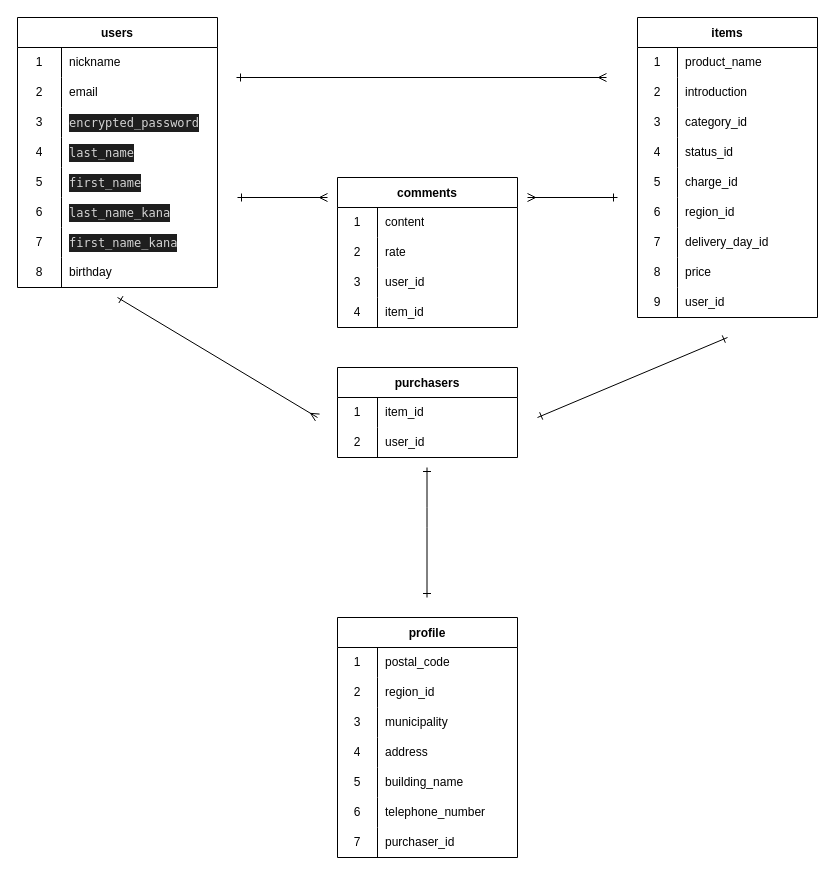
This is furima.dio from sawasawashu/furima-38849, a draw.io file, before an edit. Source tidied: cells renumbered, new cells numbered last; positions are measured from the earlier drawing's top-left corner, leaving out a move shared by most shapes. Both pictures are drawn from the tidied source at 100%, with x=0, y=0 at pixel (17, 17).
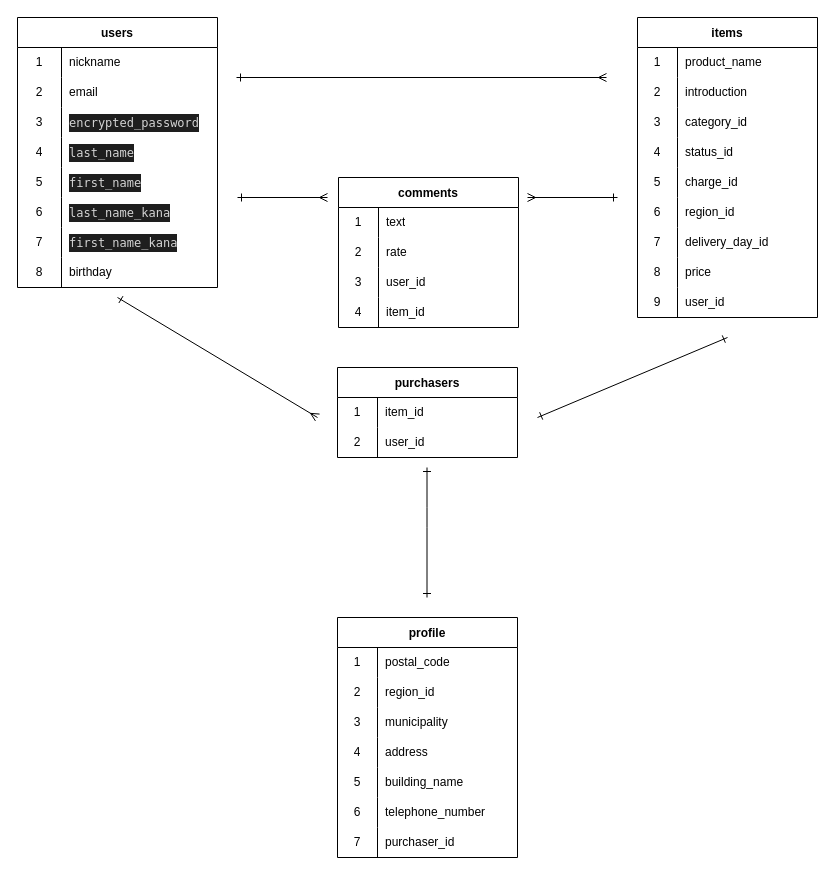
After the change.

The change refers to these unchanged cells:
```xml
<mxCell id="91" style="shape=tableRow;horizontal=0;startSize=0;swimlaneHead=0;swimlaneBody=0;top=0;left=0;bottom=0;right=0;fillColor=none;" parent="90" vertex="1">
  <mxGeometry y="30" width="180" height="30" as="geometry" />
</mxCell>
```

Diff of the diagram source:
```diff
@@
     <mxCell id="90" value="comments" style="shape=table;startSize=30;childLayout=tableLayout;rowLines=0;fontStyle=1;" parent="1" vertex="1">
-      <mxGeometry x="320" y="160" width="180" height="150" as="geometry" />
+      <mxGeometry x="321" y="160" width="180" height="150" as="geometry" />
     </mxCell>
@@
-    <mxCell id="93" value="content" style="shape=partialRectangle;html=1;whiteSpace=wrap;fillColor=none;top=0;left=0;bottom=0;right=0;align=left;spacingLeft=6;overflow=hidden;" parent="91" vertex="1">
+    <mxCell id="93" value="text" style="shape=partialRectangle;html=1;whiteSpace=wrap;fillColor=none;top=0;left=0;bottom=0;right=0;align=left;spacingLeft=6;overflow=hidden;" parent="91" vertex="1">
       <mxGeometry x="40" width="140" height="30" as="geometry" />
     </mxCell>
```
